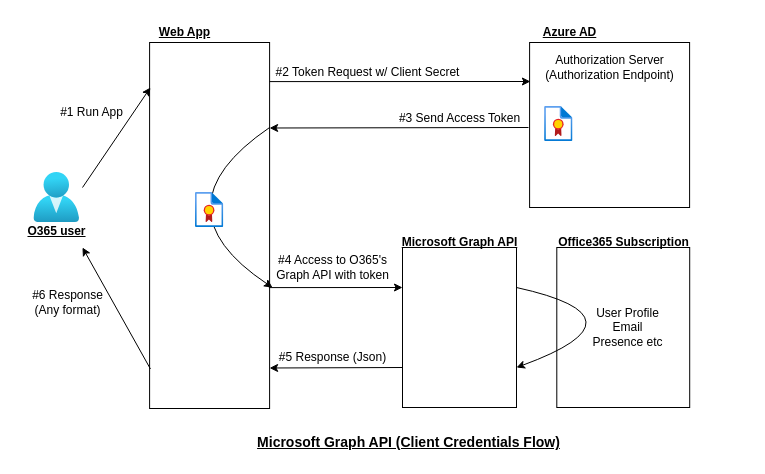
This is O365Access_GraphAPI/O365Access_GraphAPI.drawio from developer-onizuka/Diagrams, a draw.io file, before an edit. Source tidied: cells renumbered, new cells numbered last; positions are measured from the earlier drawing's top-left corner, leaving out a move shared by most shapes. Both pictures are drawn from the tidied source at 100%, with x=0, y=0 at pixel (16, 17).
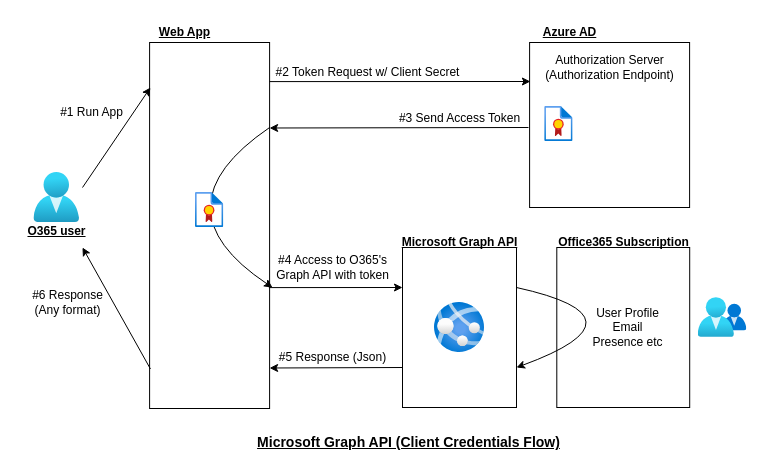
The same diagram, later.

Diff of the diagram source:
```diff
@@
     <mxCell id="14" style="html=1;align=center;image;fontSize=12;image=img/lib/azure2/management_governance/Compliance.svg;fillColor=#FFFFFF;" parent="1" vertex="1">
-      <mxGeometry x="528.1" y="89" width="28.4" height="35" as="geometry" />
+      <mxGeometry x="528.2" y="89" width="28.4" height="35" as="geometry" />
     </mxCell>
@@
+    <mxCell id="31" style="html=1;align=center;image;fontSize=12;image=img/lib/azure2/identity/Groups.svg;" parent="1" vertex="1">
+      <mxGeometry x="681.7" y="280" width="48.6" height="40" as="geometry" />
+    </mxCell>
+    <mxCell id="32" style="html=1;align=center;image;fontSize=12;image=img/lib/azure2/app_services/App_Services.svg;" parent="1" vertex="1">
+      <mxGeometry x="418" y="285" width="50" height="50" as="geometry" />
+    </mxCell>
```
